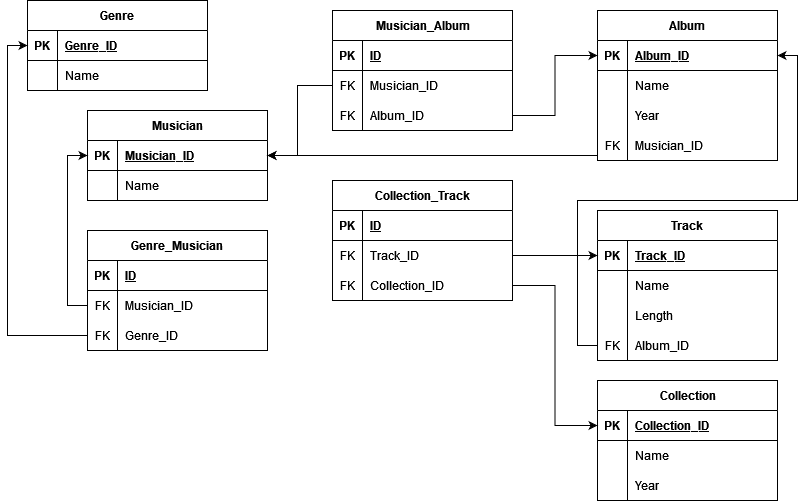
Earlier version of the draw.io export DB_HW_2.png (Garpusha/Database-HW). Source tidied: cells renumbered, new cells last; positions are measured from the earlier drawing's top-left corner, leaving out a move shared by most shapes.
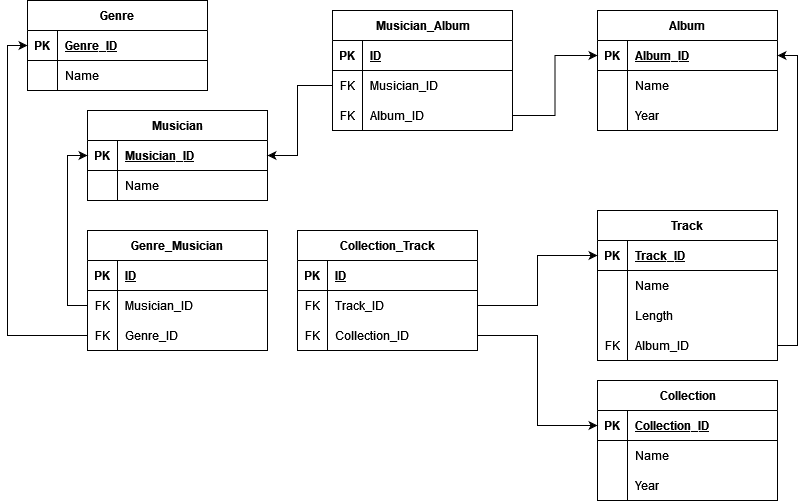
Later version of the same file.

Diff of the diagram source:
```diff
@@ -45,7 +45,7 @@
       <mxGeometry x="30" width="150" height="30" as="geometry" />
     </mxCell>
     <mxCell id="16" value="Album" style="shape=table;startSize=30;rowLines=0;fontStyle=1;align=center;" parent="1" vertex="1">
-      <mxGeometry x="570" y="10" width="180" height="150" as="geometry" />
+      <mxGeometry x="570" y="10" width="180" height="120" as="geometry" />
     </mxCell>
     <mxCell id="17" style="shape=tableRow;horizontal=0;startSize=0;swimlaneHead=0;swimlaneBody=0;fillColor=none;points=[[0,0.5],[1,0.5]];portConstraint=eastwest;top=0;left=0;right=0;bottom=1;" parent="16" vertex="1">
       <mxGeometry y="30" width="180" height="30" as="geometry" />
@@ -74,15 +74,6 @@
     <mxCell id="25" value="Year" style="shape=partialRectangle;fillColor=none;top=0;left=0;bottom=0;right=0;align=left;spacingLeft=6;overflow=hidden;" parent="23" vertex="1">
       <mxGeometry x="30" width="150" height="30" as="geometry" />
     </mxCell>
-    <mxCell id="26" style="shape=tableRow;horizontal=0;startSize=0;swimlaneHead=0;swimlaneBody=0;fillColor=none;points=[[0,0.5],[1,0.5]];portConstraint=eastwest;top=0;left=0;right=0;bottom=0;" parent="16" vertex="1">
-      <mxGeometry y="120" width="180" height="30" as="geometry" />
-    </mxCell>
-    <mxCell id="27" value="FK" style="shape=partialRectangle;fillColor=none;top=0;left=0;bottom=0;right=0;overflow=hidden;" parent="26" vertex="1">
-      <mxGeometry width="30" height="30" as="geometry" />
-    </mxCell>
-    <mxCell id="28" value="Musician_ID" style="shape=partialRectangle;fillColor=none;top=0;left=0;bottom=0;right=0;align=left;spacingLeft=6;overflow=hidden;" parent="26" vertex="1">
-      <mxGeometry x="30" width="150" height="30" as="geometry" />
-    </mxCell>
     <mxCell id="29" value="Track" style="shape=table;startSize=30;rowLines=0;fontStyle=1;align=center;" parent="1" vertex="1">
       <mxGeometry x="570" y="210" width="180" height="150" as="geometry" />
     </mxCell>
@@ -152,14 +143,6 @@
     <mxCell id="51" value="Genre_ID" style="shape=partialRectangle;fillColor=none;top=0;left=0;bottom=0;right=0;align=left;spacingLeft=6;overflow=hidden;" parent="49" vertex="1">
       <mxGeometry x="30" width="150" height="30" as="geometry" />
     </mxCell>
-    <mxCell id="52" style="edgeStyle=orthogonalEdgeStyle;rounded=0;jettySize=auto;html=1;entryX=1;entryY=0.5;entryDx=0;entryDy=0;" parent="1" edge="1" source="26" target="10">
-      <mxGeometry relative="1" as="geometry">
-        <Array as="points">
-          <mxPoint x="290" y="155" />
-          <mxPoint x="290" y="155" />
-        </Array>
-      </mxGeometry>
-    </mxCell>
     <mxCell id="53" style="edgeStyle=orthogonalEdgeStyle;rounded=0;jettySize=auto;html=1;entryX=0;entryY=0.5;entryDx=0;entryDy=0;" parent="1" edge="1" source="49" target="3">
       <mxGeometry relative="1" as="geometry" />
     </mxCell>
@@ -238,7 +221,7 @@
       <mxGeometry x="30" width="150" height="30" as="geometry" />
     </mxCell>
     <mxCell id="77" value="Collection_Track" style="shape=table;startSize=30;rowLines=0;fontStyle=1;align=center;html=1;" parent="1" vertex="1">
-      <mxGeometry x="305" y="180" width="180" height="120" as="geometry" />
+      <mxGeometry x="270" y="230" width="180" height="120" as="geometry" />
     </mxCell>
     <mxCell id="78" style="shape=tableRow;horizontal=0;startSize=0;swimlaneHead=0;swimlaneBody=0;fillColor=none;top=0;left=0;right=0;bottom=1;" parent="77" vertex="1">
       <mxGeometry y="30" width="180" height="30" as="geometry" />
@@ -267,14 +250,19 @@
     <mxCell id="86" value="Collection_ID" style="shape=partialRectangle;fillColor=none;top=0;left=0;bottom=0;right=0;align=left;spacingLeft=6;overflow=hidden;whiteSpace=wrap;html=1;" parent="84" vertex="1">
       <mxGeometry x="30" width="150" height="30" as="geometry" />
     </mxCell>
-    <mxCell id="87" style="edgeStyle=orthogonalEdgeStyle;rounded=0;jettySize=auto;html=1;" parent="1" edge="1" source="39" target="17">
-      <mxGeometry relative="1" as="geometry" />
-    </mxCell>
     <mxCell id="88" style="edgeStyle=orthogonalEdgeStyle;rounded=0;jettySize=auto;html=1;" parent="1" edge="1" source="84" target="68">
       <mxGeometry relative="1" as="geometry" />
     </mxCell>
     <mxCell id="89" style="edgeStyle=orthogonalEdgeStyle;rounded=0;jettySize=auto;html=1;entryX=0;entryY=0.5;entryDx=0;entryDy=0;" parent="1" edge="1" source="81" target="30">
       <mxGeometry relative="1" as="geometry" />
     </mxCell>
+    <mxCell id="87" style="edgeStyle=orthogonalEdgeStyle;rounded=0;jettySize=auto;html=1;entryX=1;entryY=0.5;entryDx=0;entryDy=0;" parent="1" edge="1" source="39" target="17">
+      <mxGeometry relative="1" as="geometry">
+        <Array as="points">
+          <mxPoint x="770" y="345" />
+          <mxPoint x="770" y="55" />
+        </Array>
+      </mxGeometry>
+    </mxCell>
   </root>
 </mxGraphModel>
```
